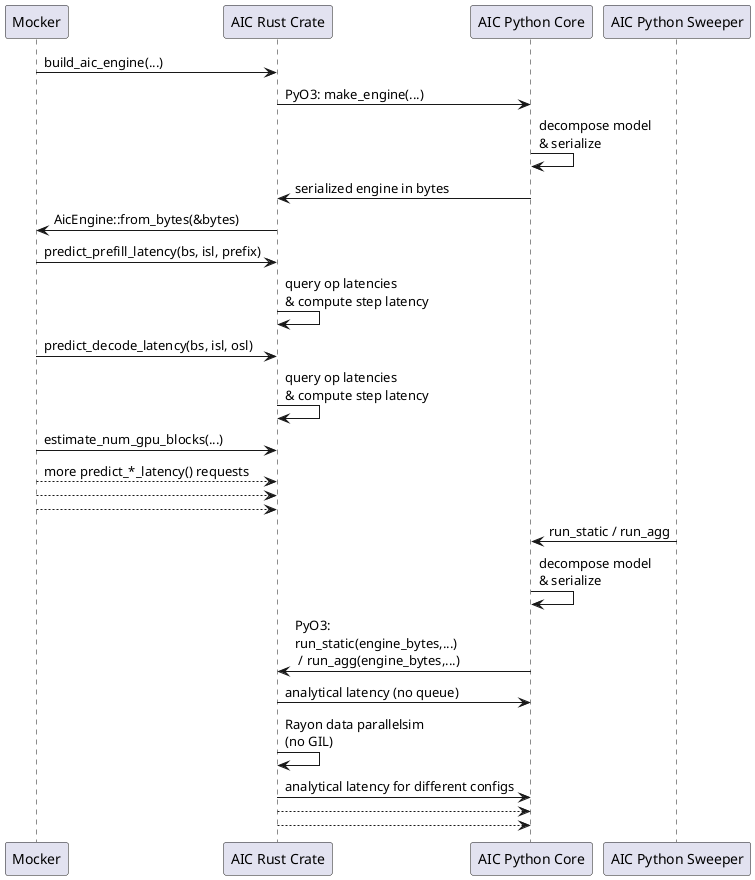
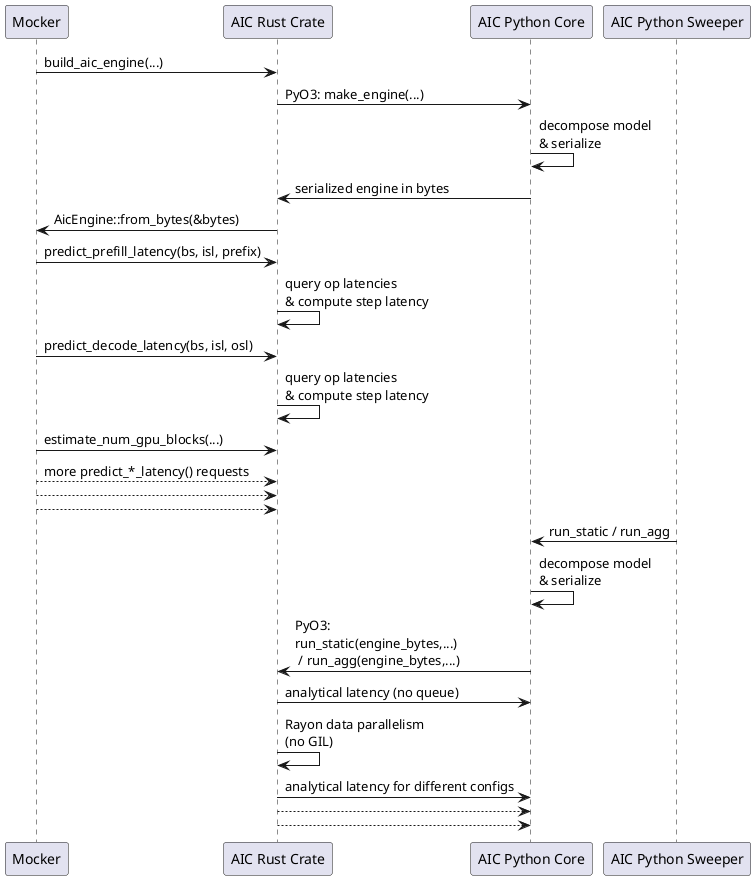
@startuml
Mocker -> "AIC Rust Crate" : build_aic_engine(...)
"AIC Rust Crate" -> "AIC Python Core": PyO3: make_engine(...)
"AIC Python Core" -> "AIC Python Core": decompose model \n& serialize
"AIC Python Core" -> "AIC Rust Crate": serialized engine in bytes
"AIC Rust Crate" -> Mocker: AicEngine::from_bytes(&bytes)
Mocker -> "AIC Rust Crate": predict_prefill_latency(bs, isl, prefix)
"AIC Rust Crate" -> "AIC Rust Crate": query op latencies \n& compute step latency
Mocker -> "AIC Rust Crate": predict_decode_latency(bs, isl, osl)
"AIC Rust Crate" -> "AIC Rust Crate": query op latencies \n& compute step latency
Mocker -> "AIC Rust Crate": estimate_num_gpu_blocks(...)
Mocker --> "AIC Rust Crate": more predict_*_latency() requests
Mocker --> "AIC Rust Crate":
Mocker --> "AIC Rust Crate":

"AIC Python Sweeper" -> "AIC Python Core": run_static / run_agg
"AIC Python Core" -> "AIC Python Core": decompose model \n& serialize
"AIC Python Core" -> "AIC Rust Crate": PyO3:\nrun_static(engine_bytes,...) \n / run_agg(engine_bytes,...)
"AIC Rust Crate" -> "AIC Python Core": analytical latency (no queue)
- "AIC Rust Crate" -> "AIC Rust Crate": Rayon data parallelsim \n(no GIL)
+ "AIC Rust Crate" -> "AIC Rust Crate": Rayon data parallelism \n(no GIL)
"AIC Rust Crate" -> "AIC Python Core": analytical latency for different configs
"AIC Rust Crate" --> "AIC Python Core":
"AIC Rust Crate" --> "AIC Python Core":
@enduml
